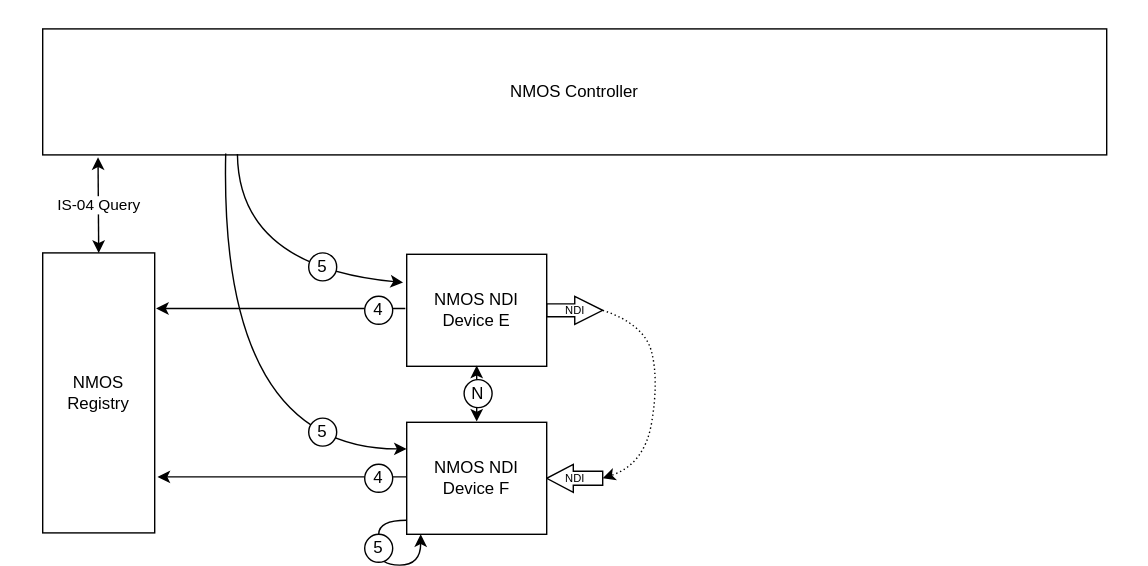
Above: docs/images/NMOS-NDI-UseCase6-drawio.svg in AMWA-TV/bcp-007-01 (draw.io), before the change. Source tidied: cells renumbered, new cells last; positions are measured from the earlier drawing's top-left corner, leaving out a move shared by most shapes. Source of this version:
```xml
<mxGraphModel background="#ffffff">
  <root>
    <mxCell id="0" />
    <mxCell id="1" parent="0" />
    <mxCell id="2" value="NMOS Controller" style="rounded=0;whiteSpace=wrap;html=1;" parent="1" vertex="1">
      <mxGeometry x="30" y="20" width="760" height="90" as="geometry" />
    </mxCell>
    <mxCell id="3" value="NMOS&lt;br&gt;Registry" style="rounded=0;whiteSpace=wrap;html=1;" parent="1" vertex="1">
      <mxGeometry x="30" y="180" width="80" height="200" as="geometry" />
    </mxCell>
    <mxCell id="4" style="endArrow=classic;startArrow=classic;html=1;rounded=0;exitX=0.5;exitY=0;exitDx=0;exitDy=0;entryX=0.052;entryY=1.019;entryDx=0;entryDy=0;entryPerimeter=0;" parent="1" edge="1" source="3" target="2">
      <mxGeometry relative="1" as="geometry" />
    </mxCell>
    <mxCell id="5" value="IS-04 Query" style="edgeLabel;html=1;align=center;verticalAlign=middle;" parent="4" vertex="1">
      <mxGeometry x="0.01" relative="1" as="geometry" />
    </mxCell>
    <mxCell id="6" style="endArrow=classic;html=1;rounded=0;entryX=1;entryY=0.5;entryDx=0;entryDy=0;startArrow=none;startFill=0;exitX=-0.016;exitY=0.804;exitDx=0;exitDy=0;exitPerimeter=0;" parent="1" edge="1">
      <mxGeometry relative="1" as="geometry">
        <mxPoint x="289" y="219.7" as="sourcePoint" />
        <mxPoint x="111" y="219.7" as="targetPoint" />
      </mxGeometry>
    </mxCell>
    <mxCell id="7" style="curved=1;endArrow=classic;html=1;rounded=0;exitX=0.183;exitY=0.993;exitDx=0;exitDy=0;exitPerimeter=0;entryX=-0.026;entryY=0.264;entryDx=0;entryDy=0;entryPerimeter=0;" parent="1" edge="1" source="2">
      <mxGeometry relative="1" as="geometry">
        <mxPoint x="287.4" y="201.1" as="targetPoint" />
        <Array as="points">
          <mxPoint x="170" y="190" />
        </Array>
      </mxGeometry>
    </mxCell>
    <mxCell id="8" style="curved=1;endArrow=classic;html=1;rounded=0;exitX=0.172;exitY=0.989;exitDx=0;exitDy=0;exitPerimeter=0;entryX=0;entryY=0.25;entryDx=0;entryDy=0;" parent="1" edge="1" source="2">
      <mxGeometry relative="1" as="geometry">
        <mxPoint x="290" y="320" as="targetPoint" />
        <Array as="points">
          <mxPoint x="156" y="320" />
        </Array>
      </mxGeometry>
    </mxCell>
    <mxCell id="9" style="endArrow=classic;html=1;rounded=0;entryX=1;entryY=0.5;entryDx=0;entryDy=0;startArrow=none;startFill=0;exitX=-0.016;exitY=0.804;exitDx=0;exitDy=0;exitPerimeter=0;" parent="1" edge="1">
      <mxGeometry relative="1" as="geometry">
        <mxPoint x="290" y="340" as="sourcePoint" />
        <mxPoint x="112" y="340" as="targetPoint" />
      </mxGeometry>
    </mxCell>
    <mxCell id="10" style="rounded=0;whiteSpace=wrap;html=1;strokeColor=none;fillColor=none;" parent="1" vertex="1">
      <mxGeometry width="820" height="10" as="geometry" />
    </mxCell>
    <mxCell id="11" value="4" style="ellipse;whiteSpace=wrap;html=1;" parent="1" vertex="1">
      <mxGeometry x="260" y="211" width="20" height="20" as="geometry" />
    </mxCell>
    <mxCell id="12" value="4" style="ellipse;whiteSpace=wrap;html=1;" parent="1" vertex="1">
      <mxGeometry x="260" y="331" width="20" height="20" as="geometry" />
    </mxCell>
    <mxCell id="13" value="5" style="ellipse;whiteSpace=wrap;html=1;" parent="1" vertex="1">
      <mxGeometry x="220" y="298" width="20" height="20" as="geometry" />
    </mxCell>
    <mxCell id="14" value="5" style="ellipse;whiteSpace=wrap;html=1;" parent="1" vertex="1">
      <mxGeometry x="220" y="180" width="20" height="20" as="geometry" />
    </mxCell>
    <mxCell id="15" value="NDI" style="html=1;shadow=0;dashed=0;align=center;verticalAlign=middle;shape=mxgraph.arrows2.arrow;dy=0.54;dx=19.97;notch=0;fontSize=8;" parent="1" vertex="1">
      <mxGeometry x="390" y="211" width="40" height="20" as="geometry" />
    </mxCell>
    <mxCell id="16" value="NDI" style="html=1;shadow=0;dashed=0;align=center;verticalAlign=middle;shape=mxgraph.arrows2.arrow;dy=0.5;dx=19;flipH=1;notch=0;fontSize=8;" parent="1" vertex="1">
      <mxGeometry x="390" y="331" width="40" height="20" as="geometry" />
    </mxCell>
    <mxCell id="17" value="NMOS NDI Device E" style="rounded=0;whiteSpace=wrap;html=1;" parent="1" vertex="1">
      <mxGeometry x="290" y="181" width="100" height="80" as="geometry" />
    </mxCell>
    <mxCell id="18" value="NMOS NDI Device F" style="rounded=0;whiteSpace=wrap;html=1;" parent="1" vertex="1">
      <mxGeometry x="290" y="301" width="100" height="80" as="geometry" />
    </mxCell>
    <mxCell id="19" style="curved=1;endArrow=classic;html=1;rounded=0;exitX=1;exitY=0.5;exitDx=0;exitDy=0;exitPerimeter=0;entryX=0;entryY=0.5;entryDx=0;entryDy=0;entryPerimeter=0;dashed=1;dashPattern=1 2;" parent="1" edge="1" source="15" target="16">
      <mxGeometry relative="1" as="geometry">
        <Array as="points">
          <mxPoint x="460" y="231" />
          <mxPoint x="470" y="271" />
          <mxPoint x="460" y="331" />
        </Array>
      </mxGeometry>
    </mxCell>
    <mxCell id="20" style="endArrow=classic;startArrow=classic;html=1;rounded=0;entryX=0.5;entryY=1;entryDx=0;entryDy=0;exitX=0.5;exitY=0;exitDx=0;exitDy=0;" parent="1" edge="1">
      <mxGeometry relative="1" as="geometry">
        <mxPoint x="340" y="300.5" as="sourcePoint" />
        <mxPoint x="340" y="260.5" as="targetPoint" />
      </mxGeometry>
    </mxCell>
    <mxCell id="21" value="N" style="ellipse;whiteSpace=wrap;html=1;" parent="1" vertex="1">
      <mxGeometry x="331" y="270.5" width="20" height="20" as="geometry" />
    </mxCell>
    <mxCell id="22" style="curved=1;endArrow=classic;html=1;rounded=0;" parent="1" edge="1">
      <mxGeometry relative="1" as="geometry">
        <mxPoint x="290" y="371" as="sourcePoint" />
        <mxPoint x="300" y="381" as="targetPoint" />
        <Array as="points">
          <mxPoint x="270" y="371" />
          <mxPoint x="270" y="391" />
          <mxPoint x="270" y="381" />
          <mxPoint x="270" y="403" />
          <mxPoint x="300" y="403" />
        </Array>
      </mxGeometry>
    </mxCell>
    <mxCell id="23" value="5" style="ellipse;whiteSpace=wrap;html=1;" parent="1" vertex="1">
      <mxGeometry x="260" y="381" width="20" height="20" as="geometry" />
    </mxCell>
  </root>
</mxGraphModel>
```
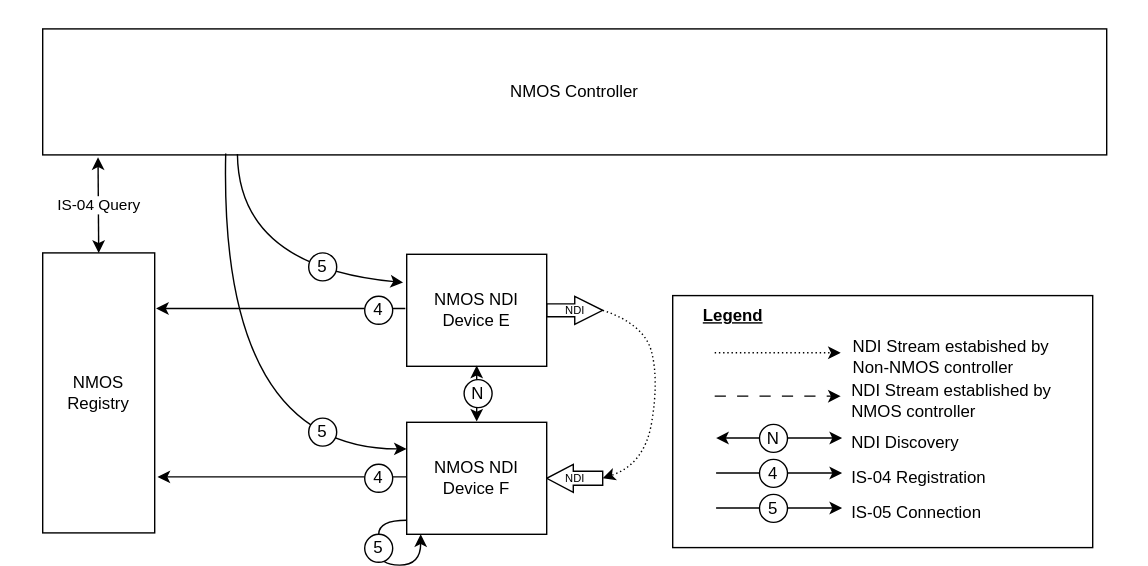
The same diagram one commit later.

What changed in the source:
```diff
@@ -103,5 +103,68 @@
     <mxCell id="23" value="5" style="ellipse;whiteSpace=wrap;html=1;" parent="1" vertex="1">
       <mxGeometry x="260" y="381" width="20" height="20" as="geometry" />
     </mxCell>
+    <mxCell id="24" style="group;" parent="1" vertex="1">
+      <mxGeometry x="480" y="210" width="300" height="180.5" as="geometry" />
+    </mxCell>
+    <mxCell id="25" style="rounded=0;whiteSpace=wrap;html=1;" parent="24" vertex="1">
+      <mxGeometry y="0.5" width="300" height="180" as="geometry" />
+    </mxCell>
+    <mxCell id="26" style="endArrow=classic;startArrow=none;html=1;rounded=0;startFill=0;dashed=1;dashPattern=1 2;" parent="24" edge="1">
+      <mxGeometry relative="1" as="geometry">
+        <mxPoint x="30" y="41.3" as="sourcePoint" />
+        <mxPoint x="120" y="41.3" as="targetPoint" />
+      </mxGeometry>
+    </mxCell>
+    <mxCell id="27" value="Legend" style="text;strokeColor=none;align=left;fillColor=none;html=1;verticalAlign=middle;whiteSpace=wrap;rounded=0;fontStyle=5;" parent="24" vertex="1">
+      <mxGeometry x="20" width="162" height="30" as="geometry" />
+    </mxCell>
+    <mxCell id="28" value="NDI Stream established by NMOS controller" style="text;strokeColor=none;align=left;fillColor=none;html=1;verticalAlign=middle;whiteSpace=wrap;rounded=0;" parent="24" vertex="1">
+      <mxGeometry x="126" y="60.5" width="172" height="30" as="geometry" />
+    </mxCell>
+    <mxCell id="29" style="endArrow=classic;startArrow=none;html=1;rounded=0;startFill=0;dashed=1;dashPattern=8 8;" parent="24" edge="1">
+      <mxGeometry relative="1" as="geometry">
+        <mxPoint x="30" y="72.3" as="sourcePoint" />
+        <mxPoint x="120" y="72.3" as="targetPoint" />
+      </mxGeometry>
+    </mxCell>
+    <mxCell id="30" value="NDI Discovery" style="text;strokeColor=none;align=left;fillColor=none;html=1;verticalAlign=middle;whiteSpace=wrap;rounded=0;" parent="24" vertex="1">
+      <mxGeometry x="126" y="90.5" width="130" height="30" as="geometry" />
+    </mxCell>
+    <mxCell id="31" style="endArrow=classic;startArrow=classic;html=1;rounded=0;startFill=1;" parent="24" edge="1">
+      <mxGeometry relative="1" as="geometry">
+        <mxPoint x="31" y="102.3" as="sourcePoint" />
+        <mxPoint x="121" y="102.3" as="targetPoint" />
+      </mxGeometry>
+    </mxCell>
+    <mxCell id="32" value="N" style="ellipse;whiteSpace=wrap;html=1;" parent="24" vertex="1">
+      <mxGeometry x="62" y="92.5" width="20" height="20" as="geometry" />
+    </mxCell>
+    <mxCell id="33" value="IS-04 Registration" style="text;strokeColor=none;align=left;fillColor=none;html=1;verticalAlign=middle;whiteSpace=wrap;rounded=0;" parent="24" vertex="1">
+      <mxGeometry x="126" y="115.5" width="130" height="30" as="geometry" />
+    </mxCell>
+    <mxCell id="34" style="endArrow=classic;startArrow=none;html=1;rounded=0;startFill=0;" parent="24" edge="1">
+      <mxGeometry relative="1" as="geometry">
+        <mxPoint x="31" y="127.3" as="sourcePoint" />
+        <mxPoint x="121" y="127.3" as="targetPoint" />
+      </mxGeometry>
+    </mxCell>
+    <mxCell id="35" value="4" style="ellipse;whiteSpace=wrap;html=1;" parent="24" vertex="1">
+      <mxGeometry x="62" y="117.5" width="20" height="20" as="geometry" />
+    </mxCell>
+    <mxCell id="36" value="IS-05 Connection" style="text;strokeColor=none;align=left;fillColor=none;html=1;verticalAlign=middle;whiteSpace=wrap;rounded=0;" parent="24" vertex="1">
+      <mxGeometry x="126" y="140.5" width="130" height="30" as="geometry" />
+    </mxCell>
+    <mxCell id="37" style="endArrow=classic;startArrow=none;html=1;rounded=0;startFill=0;" parent="24" edge="1">
+      <mxGeometry relative="1" as="geometry">
+        <mxPoint x="31" y="152.3" as="sourcePoint" />
+        <mxPoint x="121" y="152.3" as="targetPoint" />
+      </mxGeometry>
+    </mxCell>
+    <mxCell id="38" value="5" style="ellipse;whiteSpace=wrap;html=1;" parent="24" vertex="1">
+      <mxGeometry x="62" y="142.5" width="20" height="20" as="geometry" />
+    </mxCell>
+    <mxCell id="39" value="NDI Stream estabished by Non-NMOS controller" style="text;strokeColor=none;align=left;fillColor=none;html=1;verticalAlign=middle;whiteSpace=wrap;rounded=0;" parent="24" vertex="1">
+      <mxGeometry x="127" y="28.5" width="162" height="30" as="geometry" />
+    </mxCell>
   </root>
 </mxGraphModel>
```
